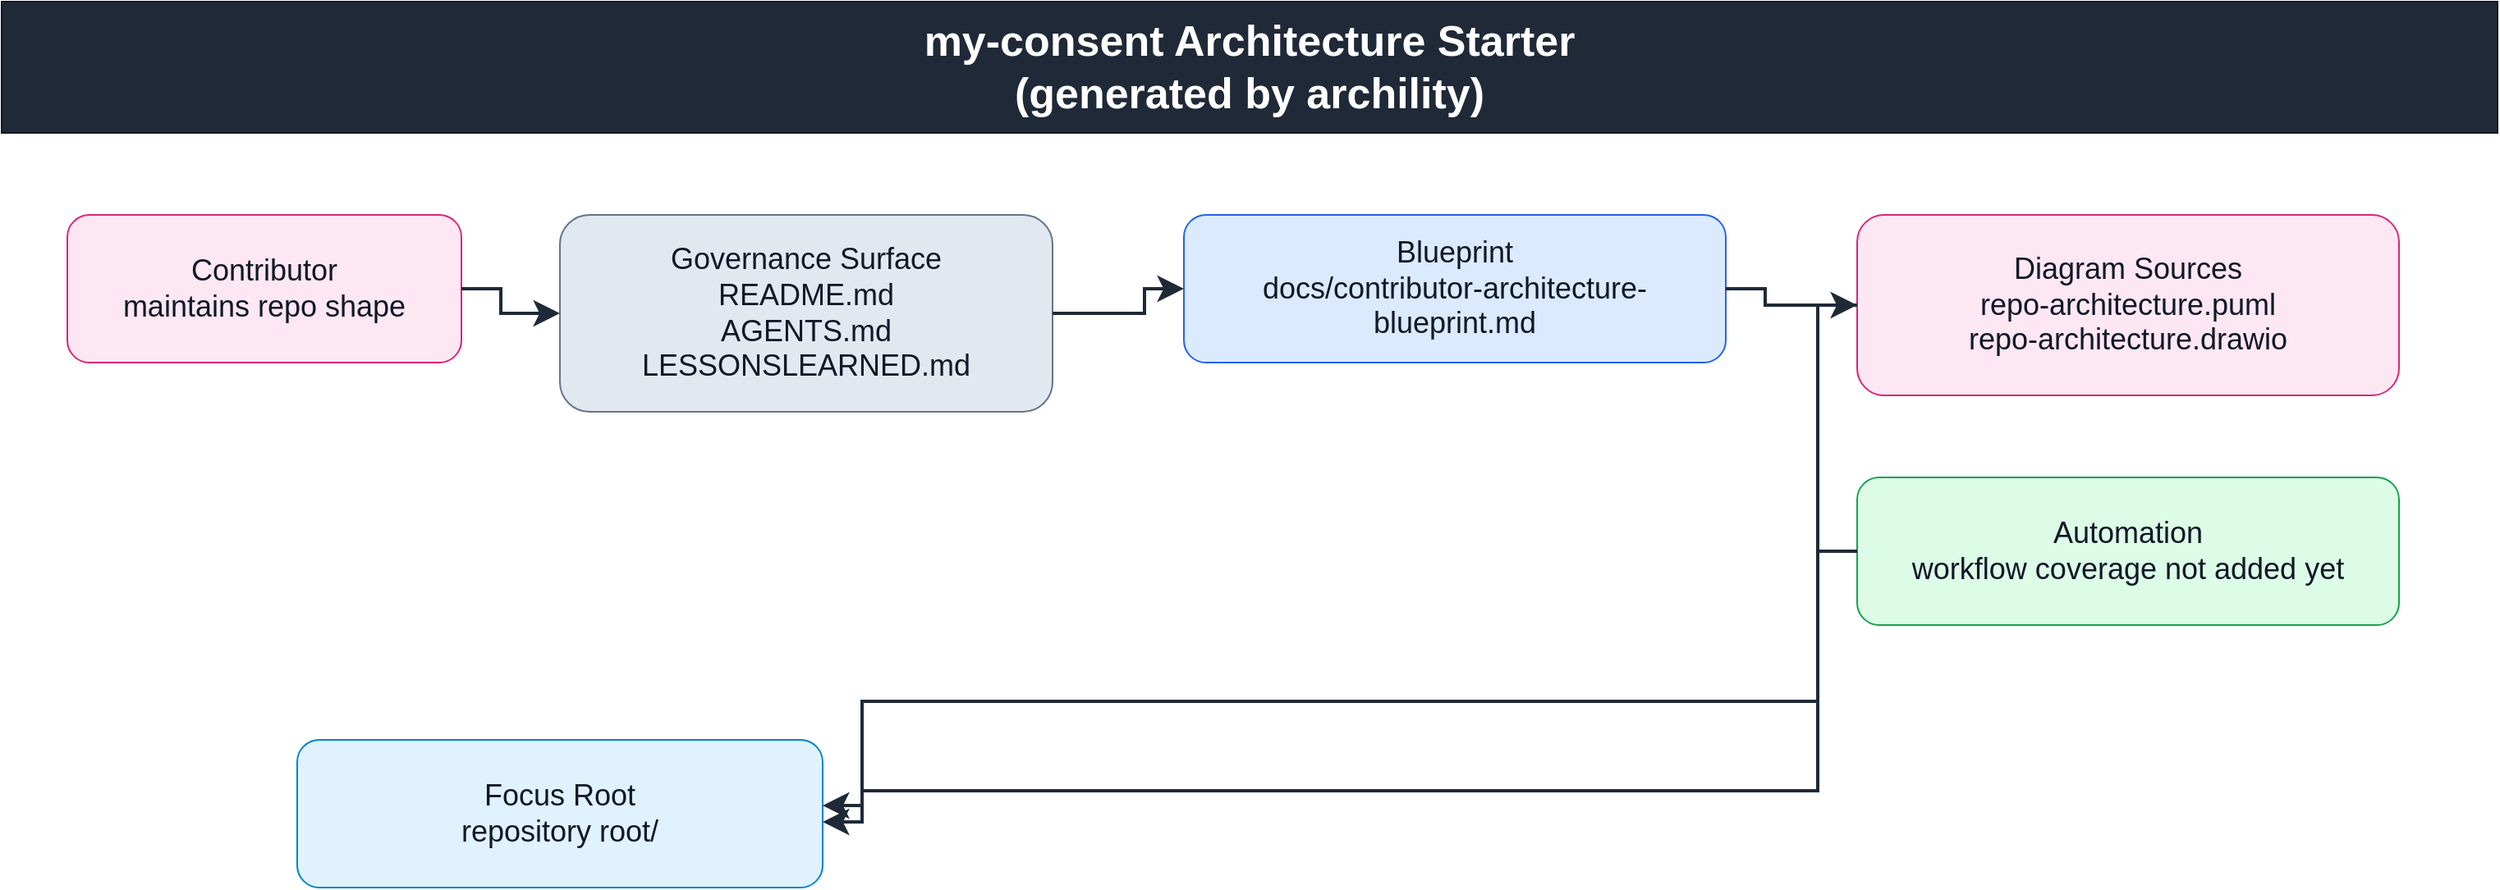
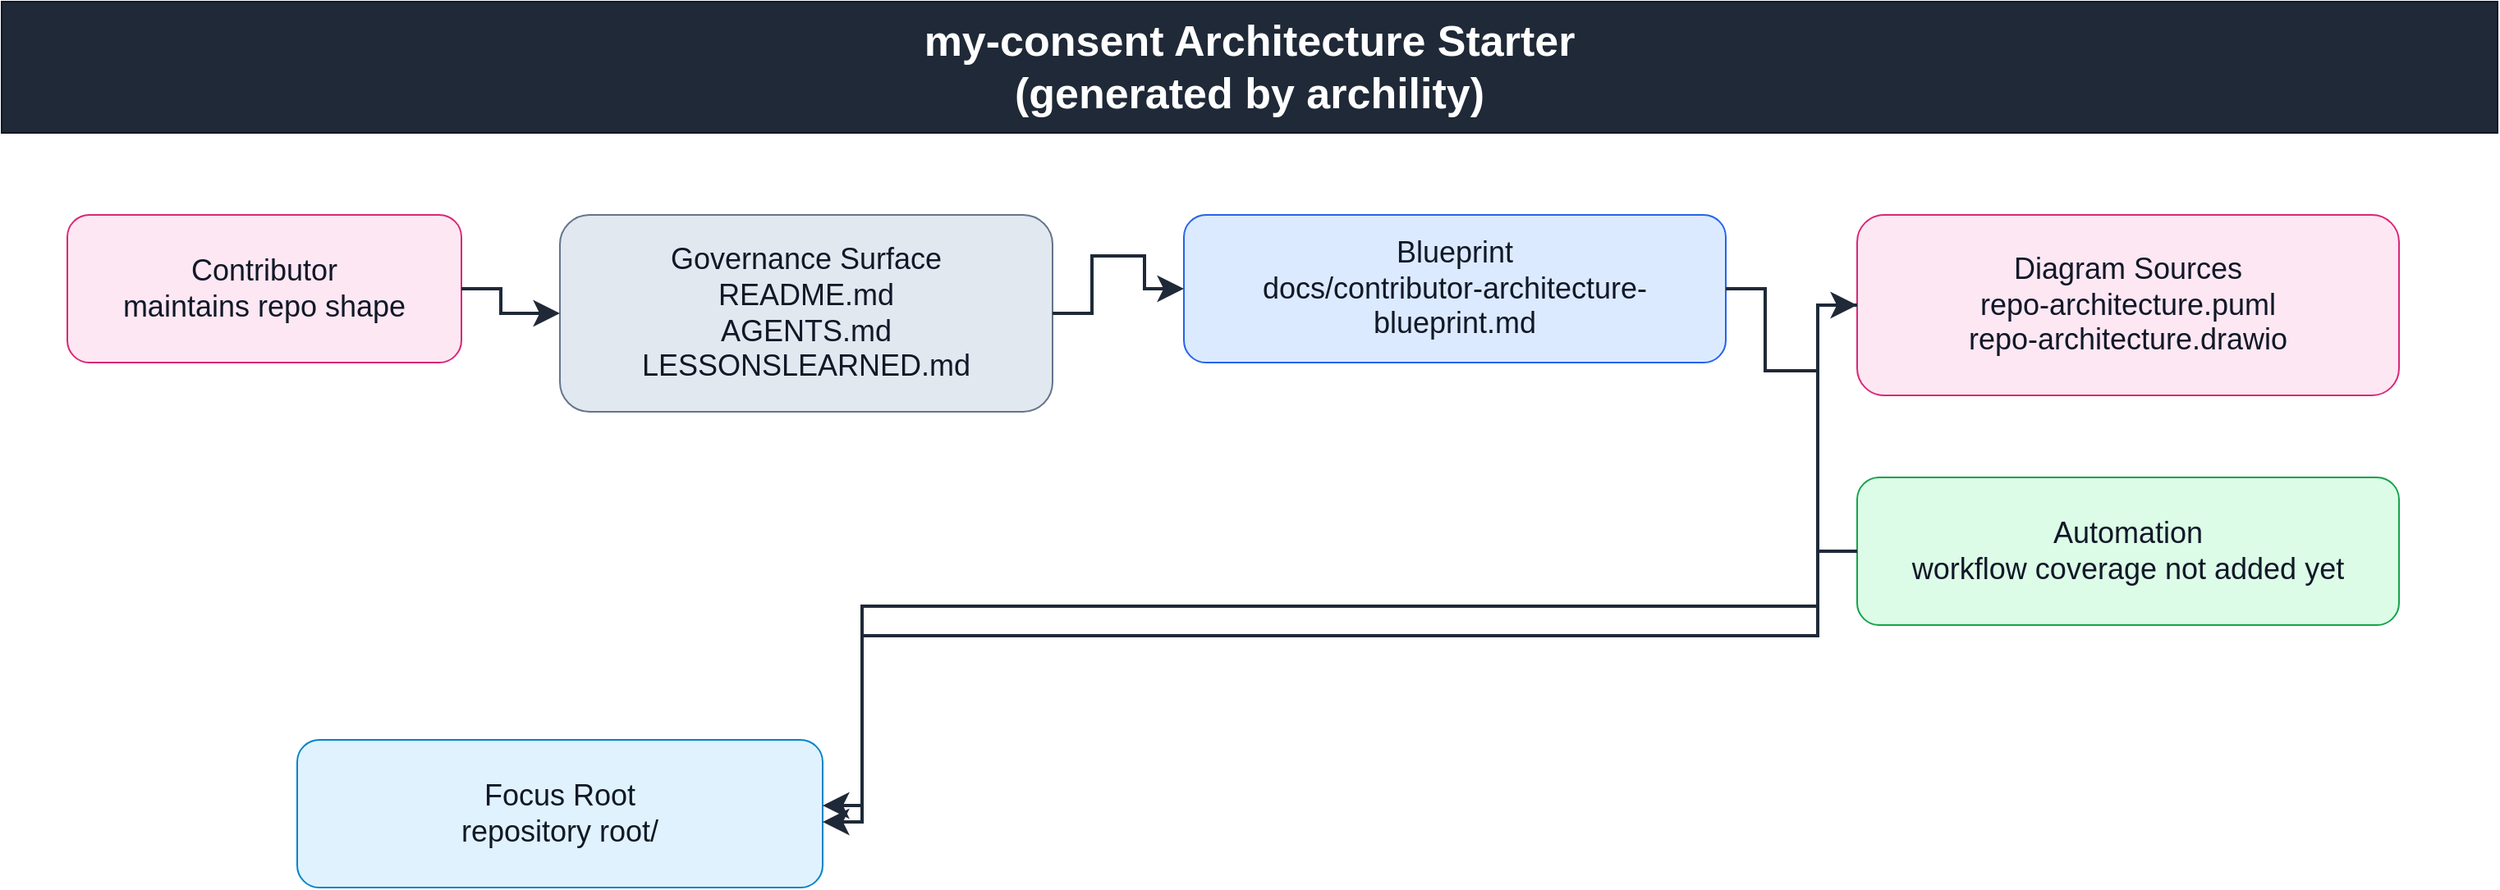
<?xml version='1.0' encoding='utf-8'?>
<mxfile host="app.diagrams.net" modified="generated-by-archility" agent="Codex GPT-5" version="24.7.17" type="device" compressed="false">
  <diagram id="repo-architecture" name="Repo Architecture">
    <mxGraphModel dx="1600" dy="1000" grid="1" gridSize="10" guides="1" tooltips="1" connect="1" arrows="1" fold="1" page="1" pageScale="1" pageWidth="1600" pageHeight="1200" math="0" shadow="0" keepEdgesInForeground="1" keepEdgesInBackground="0">
      <root>
        <mxCell id="0" />
        <mxCell id="1" parent="0" />
        <mxCell id="2" value="my-consent Architecture Starter&#10;(generated by archility)" style="rounded=0;whiteSpace=wrap;html=0;fillColor=#1F2937;strokeColor=#111827;fontColor=#FFFFFF;fontSize=26;fontStyle=1;align=center;verticalAlign=middle;spacing=10;" vertex="1" parent="1">
          <mxGeometry x="40" y="20" width="1520" height="80" as="geometry" />
        </mxCell>
        <mxCell id="10" value="Contributor&#10;maintains repo shape" style="rounded=1;whiteSpace=wrap;html=0;fillColor=#FCE7F3;strokeColor=#DB2777;fontColor=#111827;fontSize=18;align=center;verticalAlign=middle;spacing=8;" vertex="1" parent="1">
          <mxGeometry x="80" y="150" width="240" height="90" as="geometry" />
        </mxCell>
        <mxCell id="20" value="Governance Surface&#10;README.md&#10;AGENTS.md&#10;LESSONSLEARNED.md" style="rounded=1;whiteSpace=wrap;html=0;fillColor=#E2E8F0;strokeColor=#64748B;fontColor=#111827;fontSize=18;align=center;verticalAlign=middle;spacing=8;" vertex="1" parent="1">
          <mxGeometry x="380" y="150" width="300" height="120" as="geometry" />
        </mxCell>
        <mxCell id="30" value="Blueprint&#10; docs/contributor-architecture-blueprint.md" style="rounded=1;whiteSpace=wrap;html=0;fillColor=#DBEAFE;strokeColor=#2563EB;fontColor=#111827;fontSize=18;align=center;verticalAlign=middle;spacing=8;" vertex="1" parent="1">
          <mxGeometry x="760" y="150" width="330" height="90" as="geometry" />
        </mxCell>
        <mxCell id="40" value="Diagram Sources&#10;repo-architecture.puml&#10;repo-architecture.drawio" style="rounded=1;whiteSpace=wrap;html=0;fillColor=#FCE7F3;strokeColor=#DB2777;fontColor=#111827;fontSize=18;align=center;verticalAlign=middle;spacing=8;" vertex="1" parent="1">
          <mxGeometry x="1170" y="150" width="330" height="110" as="geometry" />
        </mxCell>
        <mxCell id="50" value="Automation&#10;workflow coverage not added yet" style="rounded=1;whiteSpace=wrap;html=0;fillColor=#DCFCE7;strokeColor=#16A34A;fontColor=#111827;fontSize=18;align=center;verticalAlign=middle;spacing=8;" vertex="1" parent="1">
          <mxGeometry x="1170" y="310" width="330" height="90" as="geometry" />
        </mxCell>
        <mxCell id="100" value="Focus Root&#10;repository root/" style="rounded=1;whiteSpace=wrap;html=0;fillColor=#E0F2FE;strokeColor=#0284C7;fontColor=#111827;fontSize=18;align=center;verticalAlign=middle;spacing=8;" vertex="1" parent="1">
          <mxGeometry x="220" y="470" width="320" height="90" as="geometry" />
        </mxCell>
        <mxCell id="500" style="rounded=0;html=0;strokeColor=#1F2937;edgeStyle=orthogonalEdgeStyle;orthogonalLoop=1;jettySize=12;endArrow=classic;endFill=1;endSize=10;strokeWidth=2;jumpStyle=arc;jumpSize=10;" edge="1" parent="1" source="10" target="20">
          <mxGeometry relative="1" as="geometry" archilityManagedRoute="1">
            <Array as="points">
              <mxPoint x="344" y="195" />
              <mxPoint x="344" y="210" />
              <mxPoint x="356" y="210" />
            </Array>
          </mxGeometry>
        </mxCell>
        <mxCell id="501" style="rounded=0;html=0;strokeColor=#1F2937;edgeStyle=orthogonalEdgeStyle;orthogonalLoop=1;jettySize=12;endArrow=classic;endFill=1;endSize=10;strokeWidth=2;jumpStyle=arc;jumpSize=10;" edge="1" parent="1" source="20" target="30">
          <mxGeometry relative="1" as="geometry" archilityManagedRoute="1">
            <Array as="points">
              <mxPoint x="704" y="210" />
-               <mxPoint x="736" y="210" />
+               <mxPoint x="704" y="175" />
+               <mxPoint x="736" y="175" />
              <mxPoint x="736" y="195" />
            </Array>
          </mxGeometry>
        </mxCell>
        <mxCell id="502" style="rounded=0;html=0;strokeColor=#1F2937;edgeStyle=orthogonalEdgeStyle;orthogonalLoop=1;jettySize=12;endArrow=classic;endFill=1;endSize=10;strokeWidth=2;jumpStyle=arc;jumpSize=10;" edge="1" parent="1" source="30" target="40">
          <mxGeometry relative="1" as="geometry" archilityManagedRoute="1">
            <Array as="points">
              <mxPoint x="1114" y="195" />
-               <mxPoint x="1114" y="205" />
+               <mxPoint x="1114" y="245" />
+               <mxPoint x="1146" y="245" />
              <mxPoint x="1146" y="205" />
            </Array>
          </mxGeometry>
        </mxCell>
        <mxCell id="511" style="rounded=0;html=0;strokeColor=#1F2937;edgeStyle=orthogonalEdgeStyle;orthogonalLoop=1;jettySize=12;endArrow=classic;endFill=1;endSize=10;strokeWidth=2;jumpStyle=arc;jumpSize=10;" edge="1" parent="1" source="40" target="100">
          <mxGeometry relative="1" as="geometry" archilityManagedRoute="1">
            <Array as="points">
              <mxPoint x="1146" y="205" />
-               <mxPoint x="1146" y="501" />
-               <mxPoint x="564" y="501" />
+               <mxPoint x="1146" y="388.5" />
+               <mxPoint x="564" y="388.5" />
              <mxPoint x="564" y="510" />
            </Array>
          </mxGeometry>
        </mxCell>
        <mxCell id="521" style="rounded=0;html=0;strokeColor=#1F2937;edgeStyle=orthogonalEdgeStyle;orthogonalLoop=1;jettySize=12;endArrow=classic;endFill=1;endSize=10;strokeWidth=2;jumpStyle=arc;jumpSize=10;" edge="1" parent="1" source="50" target="100">
          <mxGeometry relative="1" as="geometry" archilityManagedRoute="1">
            <Array as="points">
              <mxPoint x="1146" y="355" />
-               <mxPoint x="1146" y="446.5" />
-               <mxPoint x="564" y="446.5" />
+               <mxPoint x="1146" y="406.5" />
+               <mxPoint x="564" y="406.5" />
              <mxPoint x="564" y="520" />
            </Array>
          </mxGeometry>
        </mxCell>
      </root>
    </mxGraphModel>
  </diagram>
</mxfile>
